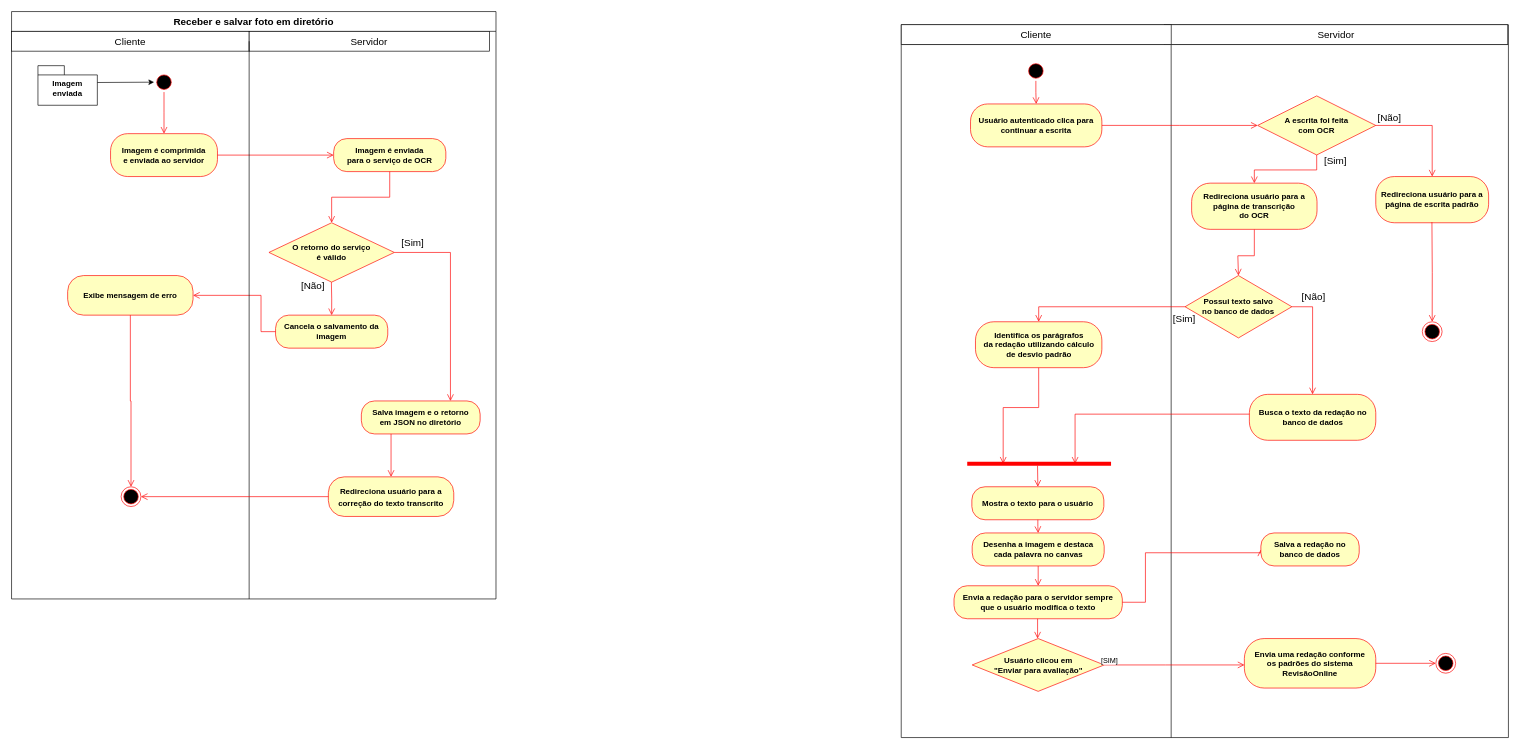
The draw.io diagram Atividade.drawio in zanellaz/javascripto, before the edit. Source tidied: cells renumbered, new cells numbered last; positions are measured from the earlier drawing's top-left corner, leaving out a move shared by most shapes. Both pictures are drawn from the tidied source at 66%, with x=0, y=0 at pixel (11, 11).
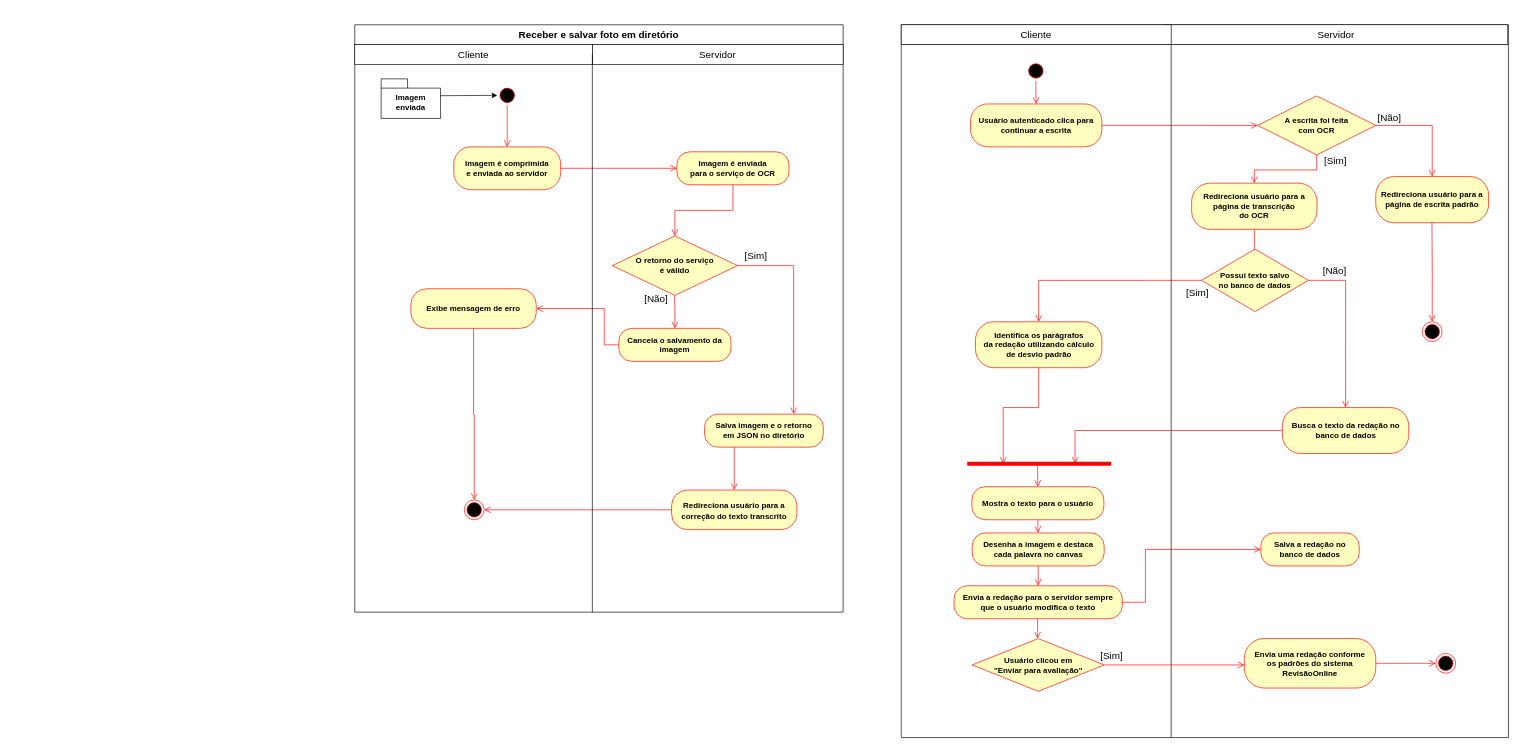
After the change.

The change refers to these unchanged cells:
```xml
<mxCell id="29" value="&lt;b&gt;Envia a redação para o servidor sempre&lt;br&gt; que o usuário modifica o texto&lt;br&gt;&lt;/b&gt;" style="rounded=1;whiteSpace=wrap;html=1;arcSize=40;fontColor=#000000;fillColor=#ffffc0;strokeColor=#ff0000;" parent="1" vertex="1">
  <mxGeometry x="1428" y="870" width="255" height="50" as="geometry" />
</mxCell>
<mxCell id="36" value="&lt;b&gt;Redireciona usuário para a página de transcrição &lt;br&gt;do OCR&lt;br&gt;&lt;/b&gt;" style="rounded=1;whiteSpace=wrap;html=1;arcSize=40;fontColor=#000000;fillColor=#ffffc0;strokeColor=#ff0000;" parent="1" vertex="1">
  <mxGeometry x="1788" y="260" width="190" height="70" as="geometry" />
</mxCell>
<mxCell id="43" value="&lt;b&gt;Identifica os parágrafos &lt;br&gt;da redação utilizando cálculo&lt;br&gt; de desvio padrão&lt;br&gt;&lt;/b&gt;" style="rounded=1;whiteSpace=wrap;html=1;arcSize=40;fontColor=#000000;fillColor=#ffffc0;strokeColor=#ff0000;" parent="1" vertex="1">
  <mxGeometry x="1460.5" y="470" width="191.5" height="69.6" as="geometry" />
</mxCell>
<mxCell id="46" style="shape=line;html=1;strokeWidth=6;strokeColor=#ff0000;" parent="1" vertex="1">
  <mxGeometry x="1448" y="680" width="217.9" height="10" as="geometry" />
</mxCell>
<mxCell id="51" value="&lt;b&gt;Usuário clicou em&lt;br&gt;&quot;Enviar para avaliação&quot;&lt;/b&gt;" style="rhombus;whiteSpace=wrap;html=1;fontColor=#000000;fillColor=#ffffc0;strokeColor=#ff0000;" parent="1" vertex="1">
  <mxGeometry x="1455.5" y="950" width="200" height="80" as="geometry" />
</mxCell>
<mxCell id="63" value="&lt;b&gt;Salva a redação no banco de dados&lt;br&gt;&lt;/b&gt;" style="rounded=1;whiteSpace=wrap;html=1;arcSize=40;fontColor=#000000;fillColor=#ffffc0;strokeColor=#ff0000;" parent="1" vertex="1">
  <mxGeometry x="1892.9" y="790" width="149" height="50" as="geometry" />
</mxCell>
```

Change to the diagram source:
```diff
@@
     <mxCell id="2" value="&lt;font style=&quot;font-size: 15px;&quot;&gt;Receber e salvar foto em diretório&lt;/font&gt;" style="swimlane;whiteSpace=wrap;html=1;startSize=30;" parent="1" vertex="1">
-      <mxGeometry width="734" height="890" as="geometry" />
+      <mxGeometry x="520" y="20" width="740" height="890" as="geometry" />
     </mxCell>
@@
     <mxCell id="15" value="&lt;font style=&quot;font-size: 15px;&quot;&gt;Servidor&lt;/font&gt;" style="html=1;whiteSpace=wrap;" parent="2" vertex="1">
-      <mxGeometry x="360" y="30" width="364" height="30" as="geometry" />
+      <mxGeometry x="360" y="30" width="380" height="30" as="geometry" />
     </mxCell>
@@
     <mxCell id="35" style="edgeStyle=orthogonalEdgeStyle;html=1;align=left;verticalAlign=top;endArrow=open;endSize=8;strokeColor=#ff0000;rounded=0;exitX=0.5;exitY=1;exitDx=0;exitDy=0;entryX=0.5;entryY=0;entryDx=0;entryDy=0;" parent="1" edge="1" source="36" target="60">
       <mxGeometry x="-1" y="12" relative="1" as="geometry">
         <Array as="points">
           <mxPoint x="1883" y="370" />
-          <mxPoint x="1858" y="370" />
-          <mxPoint x="1858" y="400" />
+          <mxPoint x="1884" y="370" />
         </Array>
         <mxPoint x="-3" y="-7" as="offset" />
       </mxGeometry>
     </mxCell>
@@
     <mxCell id="37" value="&lt;font style=&quot;font-size: 15px;&quot;&gt;[Sim]&lt;/font&gt;" style="edgeStyle=orthogonalEdgeStyle;html=1;align=left;verticalAlign=top;endArrow=open;endSize=8;strokeColor=#ff0000;rounded=0;exitX=0;exitY=0.5;exitDx=0;exitDy=0;entryX=0.5;entryY=0;entryDx=0;entryDy=0;" parent="1" edge="1" source="60" target="43">
       <mxGeometry x="-0.84" y="3" relative="1" as="geometry">
         <Array as="points">
-          <mxPoint x="1556" y="447" />
+          <mxPoint x="1556" y="407" />
         </Array>
       </mxGeometry>
     </mxCell>
@@
-    <mxCell id="48" style="edgeStyle=orthogonalEdgeStyle;html=1;align=left;verticalAlign=top;endArrow=open;endSize=8;strokeColor=#ff0000;rounded=0;entryX=0.75;entryY=0.5;entryDx=0;entryDy=0;entryPerimeter=0;" parent="1" edge="1" target="46">
+    <mxCell id="48" style="edgeStyle=orthogonalEdgeStyle;html=1;align=left;verticalAlign=top;endArrow=open;endSize=8;strokeColor=#ff0000;rounded=0;entryX=0.75;entryY=0.5;entryDx=0;entryDy=0;entryPerimeter=0;exitX=0;exitY=0.5;exitDx=0;exitDy=0;" parent="1" edge="1" source="61" target="46">
       <mxGeometry x="-1" relative="1" as="geometry">
-        <mxPoint x="1878" y="610" as="sourcePoint" />
         <Array as="points">
-          <mxPoint x="1612" y="610" />
+          <mxPoint x="1612" y="635" />
         </Array>
       </mxGeometry>
     </mxCell>
@@
     <mxCell id="52" style="edgeStyle=orthogonalEdgeStyle;html=1;align=left;verticalAlign=top;endArrow=open;endSize=8;strokeColor=#ff0000;rounded=0;entryX=0;entryY=0.5;entryDx=0;entryDy=0;exitX=1;exitY=0.5;exitDx=0;exitDy=0;" parent="1" edge="1" source="29" target="63">
       <mxGeometry x="-1" relative="1" as="geometry">
         <Array as="points">
           <mxPoint x="1718" y="895" />
-          <mxPoint x="1718" y="820" />
-          <mxPoint x="1893" y="820" />
+          <mxPoint x="1718" y="815" />
         </Array>
       </mxGeometry>
     </mxCell>
@@
-    <mxCell id="56" value="[SIM]" style="edgeStyle=orthogonalEdgeStyle;html=1;align=left;verticalAlign=top;endArrow=open;endSize=8;strokeColor=#ff0000;rounded=0;exitX=1;exitY=0.5;exitDx=0;exitDy=0;" parent="1" edge="1" source="51">
-      <mxGeometry x="-1" y="21" relative="1" as="geometry">
+    <mxCell id="56" value="&lt;font style=&quot;font-size: 15px;&quot;&gt;[Sim]&lt;/font&gt;" style="edgeStyle=orthogonalEdgeStyle;html=1;align=left;verticalAlign=top;endArrow=open;endSize=8;strokeColor=#ff0000;rounded=0;exitX=1;exitY=0.5;exitDx=0;exitDy=0;" parent="1" edge="1" source="51">
+      <mxGeometry x="-1" y="31" relative="1" as="geometry">
         <mxPoint x="1868" y="990" as="targetPoint" />
         <Array as="points">
           <mxPoint x="1748.5" y="990" />
           <mxPoint x="1748.5" y="990" />
         </Array>
-        <mxPoint x="-7" y="1" as="offset" />
+        <mxPoint x="-8" y="1" as="offset" />
       </mxGeometry>
     </mxCell>
@@
     <mxCell id="60" value="&lt;b&gt;Possui texto salvo&lt;br&gt; no banco de dados&lt;/b&gt;" style="rhombus;whiteSpace=wrap;html=1;fontColor=#000000;fillColor=#ffffc0;strokeColor=#ff0000;" parent="1" vertex="1">
-      <mxGeometry x="1778" y="400" width="161.9" height="94.5" as="geometry" />
+      <mxGeometry x="1803" y="360" width="161.9" height="94.5" as="geometry" />
     </mxCell>
     <mxCell id="61" value="&lt;b&gt;Busca o texto da redação no banco de dados&lt;br&gt;&lt;/b&gt;" style="rounded=1;whiteSpace=wrap;html=1;arcSize=40;fontColor=#000000;fillColor=#ffffc0;strokeColor=#ff0000;" parent="1" vertex="1">
-      <mxGeometry x="1875.5" y="580" width="191.5" height="69.6" as="geometry" />
+      <mxGeometry x="1925.5" y="600" width="191.5" height="69.6" as="geometry" />
     </mxCell>
```
